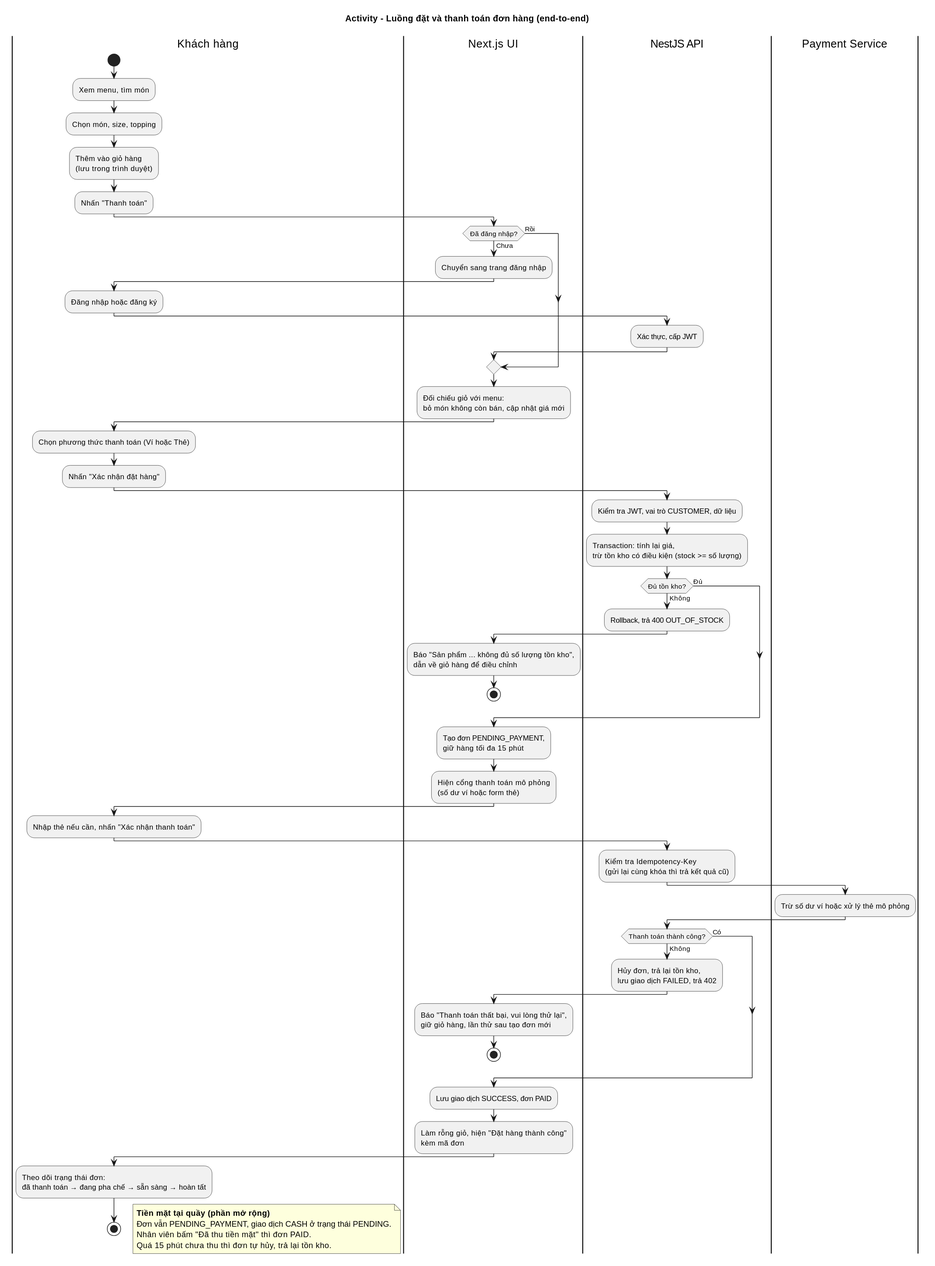
The PlantUML diagram docs/diagrams/activity-checkout.svg in Nashando/BrewLite-SWE-project, before a commit. Source of this version:
```plantuml
@startuml
title Activity - Luồng đặt và thanh toán đơn hàng (end-to-end)

|Khách hàng|
start
:Xem menu, tìm món;
:Chọn món, size, topping;
:Thêm vào giỏ hàng\n(lưu trong trình duyệt);
:Nhấn "Thanh toán";

|Next.js UI|
if (Đã đăng nhập?) then (Chưa)
  :Chuyển sang trang đăng nhập;
  |Khách hàng|
  :Đăng nhập hoặc đăng ký;
  |NestJS API|
  :Xác thực, cấp JWT;
  |Next.js UI|
else (Rồi)
endif
:Đối chiếu giỏ với menu:\nbỏ món không còn bán, cập nhật giá mới;

|Khách hàng|
:Chọn phương thức thanh toán (Ví hoặc Thẻ);
:Nhấn "Xác nhận đặt hàng";

|NestJS API|
:Kiểm tra JWT, vai trò CUSTOMER, dữ liệu;
:Transaction: tính lại giá,\ntrừ tồn kho có điều kiện (stock >= số lượng);
if (Đủ tồn kho?) then (Không)
  :Rollback, trả 400 OUT_OF_STOCK;
  |Next.js UI|
  :Báo "Sản phẩm ... không đủ số lượng tồn kho",\ndẫn về giỏ hàng để điều chỉnh;
  stop
else (Đủ)
endif
:Tạo đơn PENDING_PAYMENT,\ngiữ hàng tối đa 15 phút;

|Next.js UI|
:Hiện cổng thanh toán mô phỏng\n(số dư ví hoặc form thẻ);

|Khách hàng|
:Nhập thẻ nếu cần, nhấn "Xác nhận thanh toán";

|NestJS API|
:Kiểm tra Idempotency-Key\n(gửi lại cùng khóa thì trả kết quả cũ);

|Payment Service|
:Trừ số dư ví hoặc xử lý thẻ mô phỏng;

|NestJS API|
if (Thanh toán thành công?) then (Không)
  :Hủy đơn, trả lại tồn kho,\nlưu giao dịch FAILED, trả 402;
  |Next.js UI|
  :Báo "Thanh toán thất bại, vui lòng thử lại",\ngiữ giỏ hàng, lần thử sau tạo đơn mới;
  stop
else (Có)
endif
:Lưu giao dịch SUCCESS, đơn PAID;

|Next.js UI|
:Làm rỗng giỏ, hiện "Đặt hàng thành công"\nkèm mã đơn;

|Khách hàng|
:Theo dõi trạng thái đơn:\nđã thanh toán → đang pha chế → sẵn sàng → hoàn tất;
stop

floating note right
  <b>Tiền mặt tại quầy (phần mở rộng)</b>
  Đơn vẫn PENDING_PAYMENT, giao dịch CASH ở trạng thái PENDING.
  Nhân viên bấm "Đã thu tiền mặt" thì đơn PAID.
  Quá 15 phút chưa thu thì đơn tự hủy, trả lại tồn kho.
end note
@enduml
```
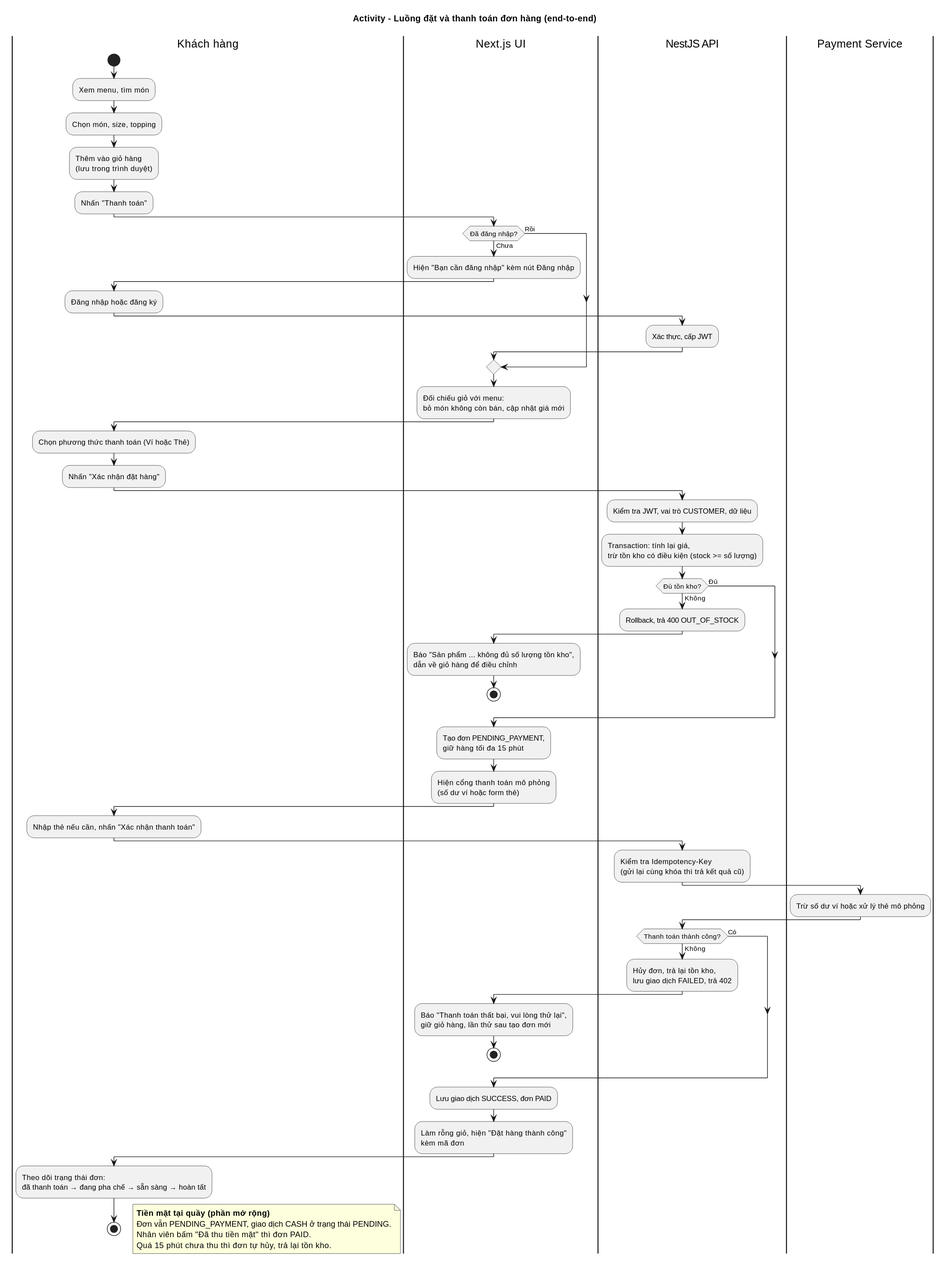
After the change.

Change to the diagram source:
```diff
@@ -10,7 +10,7 @@
 
 |Next.js UI|
 if (Đã đăng nhập?) then (Chưa)
-  :Chuyển sang trang đăng nhập;
+  :Hiện "Bạn cần đăng nhập" kèm nút Đăng nhập;
   |Khách hàng|
   :Đăng nhập hoặc đăng ký;
   |NestJS API|
```
